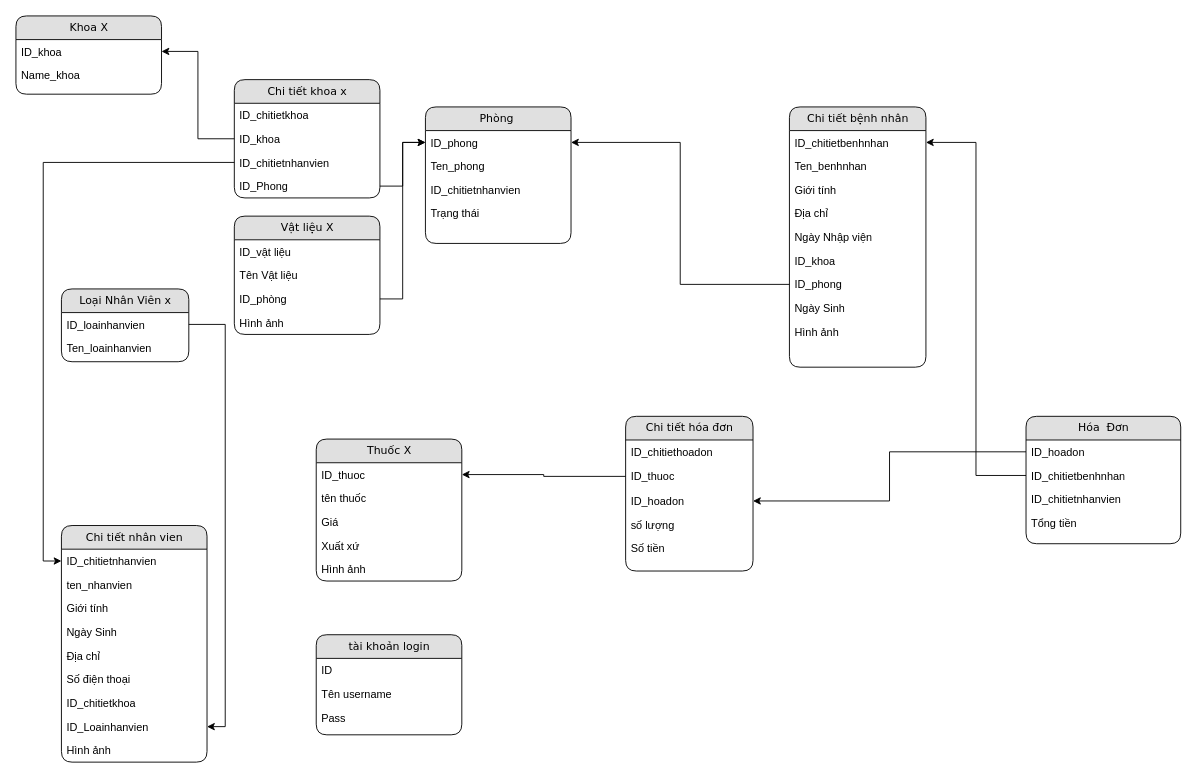
lethanhdat12/hospitalManager keeps this draw.io diagram as Untitled Diagram.drawio. Above is the earlier version. Source tidied: cells renumbered, new cells numbered last; positions are measured from the earlier drawing's top-left corner, leaving out a move shared by most shapes. Both pictures are drawn from the tidied source at 91%, with x=0, y=0 at pixel (15, 15).
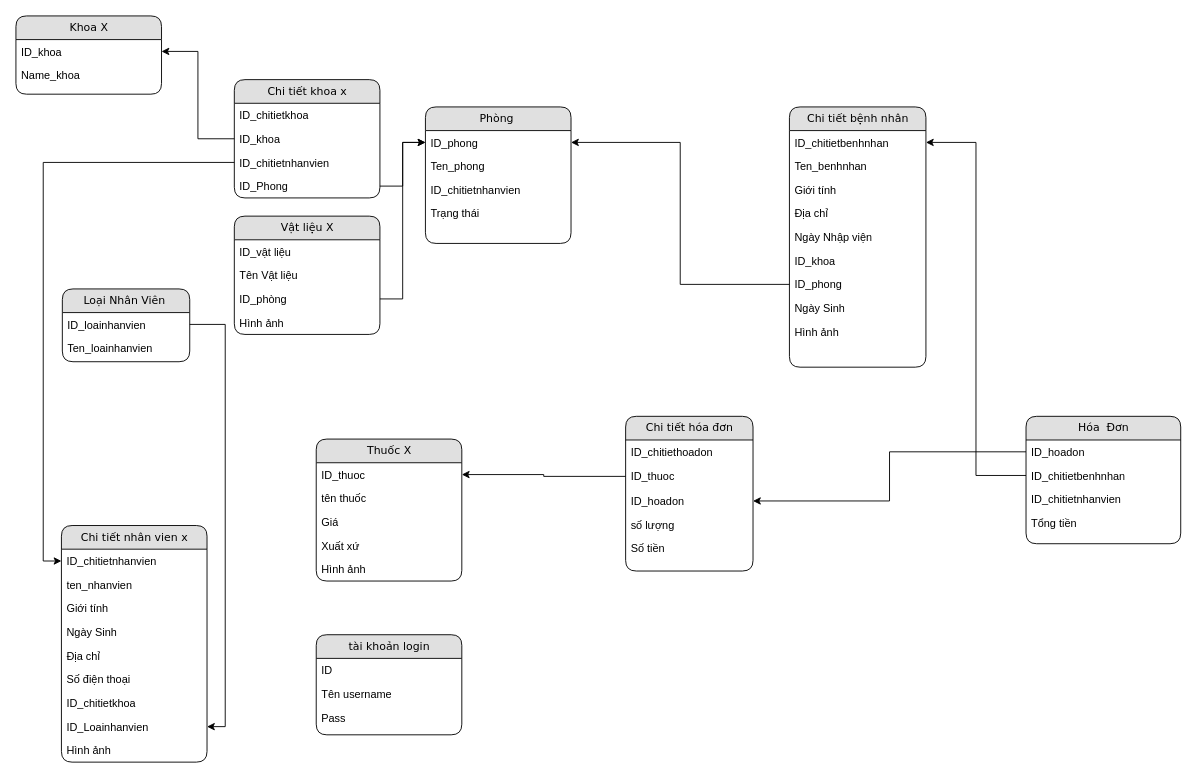
The same page after the edit.

What changed in the source:
```diff
@@
-    <mxCell id="15" value="Chi tiết nhân vien" style="swimlane;html=1;fontStyle=0;horizontal=1;startSize=26;fillColor=#e0e0e0;swimlaneFillColor=#ffffff;align=center;rounded=1;shadow=0;comic=0;labelBackgroundColor=none;strokeWidth=1;fontFamily=Verdana;fontSize=12;" parent="1" vertex="1">
+    <mxCell id="15" value="Chi tiết nhân vien x" style="swimlane;html=1;fontStyle=0;horizontal=1;startSize=26;fillColor=#e0e0e0;swimlaneFillColor=#ffffff;align=center;rounded=1;shadow=0;comic=0;labelBackgroundColor=none;strokeWidth=1;fontFamily=Verdana;fontSize=12;" parent="1" vertex="1">
       <mxGeometry x="50" y="560" width="160" height="260" as="geometry" />
     </mxCell>
@@
-    <mxCell id="25" value="Loại Nhân Viên x" style="swimlane;html=1;fontStyle=0;horizontal=1;startSize=26;fillColor=#e0e0e0;swimlaneFillColor=#ffffff;align=center;rounded=1;shadow=0;comic=0;labelBackgroundColor=none;strokeWidth=1;fontFamily=Verdana;fontSize=12;" parent="1" vertex="1">
-      <mxGeometry x="50" y="300" width="140" height="80" as="geometry" />
+    <mxCell id="25" value="Loại Nhân Viên&amp;nbsp;" style="swimlane;html=1;fontStyle=0;horizontal=1;startSize=26;fillColor=#e0e0e0;swimlaneFillColor=#ffffff;align=center;rounded=1;shadow=0;comic=0;labelBackgroundColor=none;strokeWidth=1;fontFamily=Verdana;fontSize=12;" parent="1" vertex="1">
+      <mxGeometry x="51" y="300" width="140" height="80" as="geometry" />
     </mxCell>
```
